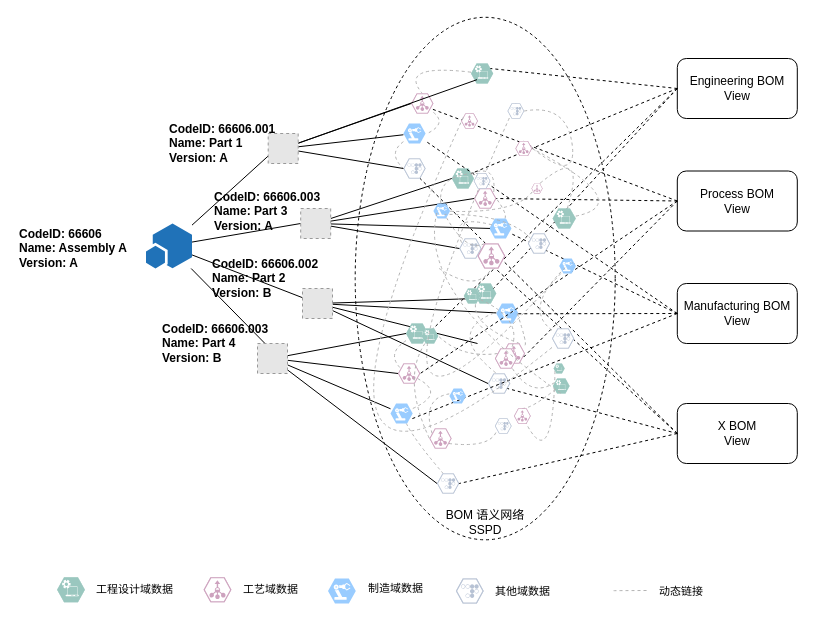
This is page "Page-1" (1 of 5) of BOM/多视图BOM管理模型.drawio from littlelittlemoon/DiagramsRepository, a draw.io file, before an edit. Source tidied: cells renumbered, new cells numbered last; positions are measured from the earlier drawing's top-left corner, leaving out a move shared by most shapes. Both pictures are drawn from the tidied source at 100%, with x=0, y=0 at pixel (17, 17). Pictures stored in the file or linked from it are replaced by grey dashed boxes.
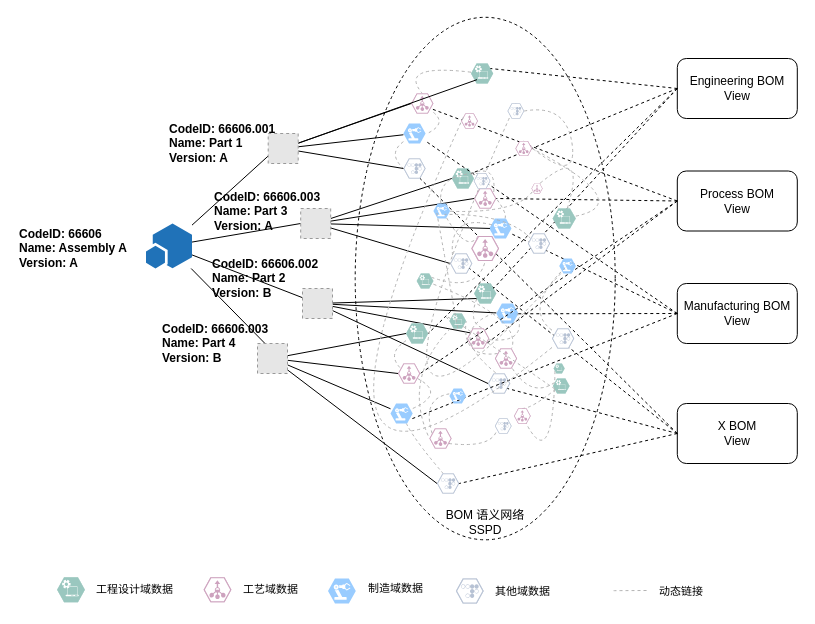
The same page after the edit.

Commit message (it also covers changes not shown here):
Update 多视图BOM管理模型.drawio

Unchanged cells that the change refers to:
```xml
<mxCell id="59" style="fillColor=#E6E6E6;strokeColor=#999999;dashed=1;html=1;verticalAlign=top;verticalLabelPosition=bottom;labelBackgroundColor=#ffffff;" parent="1" vertex="1">
  <mxGeometry x="285" y="271" width="30" height="30" as="geometry" />
</mxCell>
<mxCell id="97" style="verticalLabelPosition=bottom;sketch=0;html=1;fillColor=#9AC7BF;strokeColor=#ffffff;verticalAlign=top;align=center;points=[[0,0.5,0],[0.125,0.25,0],[0.25,0,0],[0.5,0,0],[0.75,0,0],[0.875,0.25,0],[1,0.5,0],[0.875,0.75,0],[0.75,1,0],[0.5,1,0],[0.125,0.75,0]];shape=mxgraph.cisco_safe.compositeIcon;bgIcon=mxgraph.cisco_safe.design.blank_device;resIcon=mxgraph.cisco_safe.design.automated_system;" parent="1" vertex="1">
  <mxGeometry x="535.4" y="361" width="16.7" height="15" as="geometry" />
</mxCell>
<mxCell id="120" style="verticalLabelPosition=bottom;sketch=0;html=1;fillColor=#99CCFF;verticalAlign=top;align=center;shape=mxgraph.cisco_safe.design.actuator;strokeColor=#67AB9F;" parent="1" vertex="1">
  <mxGeometry x="415.9" y="186" width="16.7" height="15" as="geometry" />
</mxCell>
```

Change to the diagram source:
```diff
@@
     <mxCell id="9" style="verticalLabelPosition=bottom;sketch=0;html=1;fillColor=#B7C2D4;strokeColor=#ffffff;verticalAlign=top;align=center;points=[[0,0.5,0],[0.125,0.25,0],[0.25,0,0],[0.5,0,0],[0.75,0,0],[0.875,0.25,0],[1,0.5,0],[0.875,0.75,0],[0.75,1,0],[0.5,1,0],[0.125,0.75,0]];shape=mxgraph.cisco_safe.compositeIcon;bgIcon=mxgraph.cisco_safe.design.blank_device;resIcon=mxgraph.cisco_safe.design.radware_2;" parent="1" vertex="1">
-      <mxGeometry x="441.8" y="221" width="22.2" height="20" as="geometry" />
+      <mxGeometry x="432.6" y="236" width="22.2" height="20" as="geometry" />
     </mxCell>
@@
     <mxCell id="56" style="edgeStyle=none;rounded=0;jettySize=auto;html=1;endArrow=none;endFill=0;" parent="1" edge="1" source="59">
       <mxGeometry relative="1" as="geometry">
-        <mxPoint x="460" y="326" as="targetPoint" />
+        <mxPoint x="456" y="316" as="targetPoint" />
       </mxGeometry>
     </mxCell>
@@
     <mxCell id="78" style="verticalLabelPosition=bottom;sketch=0;html=1;fillColor=#CDA2BE;strokeColor=#ffffff;verticalAlign=top;align=center;points=[[0,0.5,0],[0.125,0.25,0],[0.25,0,0],[0.5,0,0],[0.75,0,0],[0.875,0.25,0],[1,0.5,0],[0.875,0.75,0],[0.75,1,0],[0.5,1,0],[0.125,0.75,0]];shape=mxgraph.cisco_safe.compositeIcon;bgIcon=mxgraph.cisco_safe.design.blank_device;resIcon=mxgraph.cisco_safe.design.flow_collector_2;" parent="1" vertex="1">
-      <mxGeometry x="485.3" y="326" width="22.2" height="20" as="geometry" />
+      <mxGeometry x="449.6" y="311" width="22.2" height="20" as="geometry" />
     </mxCell>
@@
-    <mxCell id="91" style="verticalLabelPosition=bottom;sketch=0;html=1;fillColor=#9AC7BF;strokeColor=#ffffff;verticalAlign=top;align=center;points=[[0,0.5,0],[0.125,0.25,0],[0.25,0,0],[0.5,0,0],[0.75,0,0],[0.875,0.25,0],[1,0.5,0],[0.875,0.75,0],[0.75,1,0],[0.5,1,0],[0.125,0.75,0]];shape=mxgraph.cisco_safe.compositeIcon;bgIcon=mxgraph.cisco_safe.design.blank_device;resIcon=mxgraph.cisco_safe.design.automated_system;" parent="1" vertex="1">
-      <mxGeometry x="404.1" y="311" width="16.7" height="15" as="geometry" />
-    </mxCell>
@@
-    <mxCell id="93" style="edgeStyle=none;curved=1;jettySize=auto;html=1;exitX=0.875;exitY=0.75;exitDx=0;exitDy=0;exitPerimeter=0;entryX=0.5;entryY=1;entryDx=0;entryDy=0;entryPerimeter=0;dashed=1;endArrow=none;endFill=0;strokeColor=#B3B3B3;" parent="1" edge="1" target="105">
+    <mxCell id="93" style="edgeStyle=none;curved=1;jettySize=auto;html=1;exitX=0.875;exitY=0.25;exitDx=0;exitDy=0;exitPerimeter=0;entryX=0.5;entryY=1;entryDx=0;entryDy=0;entryPerimeter=0;dashed=1;endArrow=none;endFill=0;strokeColor=#B3B3B3;" parent="1" edge="1" source="96" target="105">
       <mxGeometry relative="1" as="geometry">
-        <mxPoint x="421.7" y="251" as="sourcePoint" />
         <Array as="points">
           <mxPoint x="459.8" y="276" />
         </Array>
       </mxGeometry>
     </mxCell>
@@
     <mxCell id="96" style="verticalLabelPosition=bottom;sketch=0;html=1;fillColor=#9AC7BF;strokeColor=#ffffff;verticalAlign=top;align=center;points=[[0,0.5,0],[0.125,0.25,0],[0.25,0,0],[0.5,0,0],[0.75,0,0],[0.875,0.25,0],[1,0.5,0],[0.875,0.75,0],[0.75,1,0],[0.5,1,0],[0.125,0.75,0]];shape=mxgraph.cisco_safe.compositeIcon;bgIcon=mxgraph.cisco_safe.design.blank_device;resIcon=mxgraph.cisco_safe.design.automated_system;" parent="1" vertex="1">
-      <mxGeometry x="446.3" y="271" width="16.7" height="15" as="geometry" />
+      <mxGeometry x="399.2" y="256" width="16.7" height="15" as="geometry" />
     </mxCell>
@@
     <mxCell id="105" style="verticalLabelPosition=bottom;sketch=0;html=1;fillColor=#CDA2BE;strokeColor=#ffffff;verticalAlign=top;align=center;points=[[0,0.5,0],[0.125,0.25,0],[0.25,0,0],[0.5,0,0],[0.75,0,0],[0.875,0.25,0],[1,0.5,0],[0.875,0.75,0],[0.75,1,0],[0.5,1,0],[0.125,0.75,0]];shape=mxgraph.cisco_safe.compositeIcon;bgIcon=mxgraph.cisco_safe.design.blank_device;resIcon=mxgraph.cisco_safe.design.flow_collector_2;" parent="1" vertex="1">
-      <mxGeometry x="460" y="226" width="27.8" height="25" as="geometry" />
+      <mxGeometry x="453.8" y="218.5" width="27.8" height="25" as="geometry" />
     </mxCell>
@@
-    <mxCell id="129" style="edgeStyle=none;curved=1;jettySize=auto;html=1;exitX=0.205;exitY=0.632;exitDx=0;exitDy=0;exitPerimeter=0;entryX=0.5;entryY=1;entryDx=0;entryDy=0;entryPerimeter=0;dashed=1;endArrow=none;endFill=0;strokeColor=#B3B3B3;" parent="1" edge="1" source="120" target="97">
+    <mxCell id="129" style="edgeStyle=none;curved=1;jettySize=auto;html=1;exitX=0.205;exitY=0.632;exitDx=0;exitDy=0;exitPerimeter=0;entryX=0.5;entryY=1;entryDx=0;entryDy=0;entryPerimeter=0;dashed=1;endArrow=none;endFill=0;strokeColor=#B3B3B3;startArrow=none;" parent="1" edge="1" source="91" target="97">
       <mxGeometry relative="1" as="geometry">
         <Array as="points">
           <mxPoint x="399.8" y="276" />
         </Array>
       </mxGeometry>
     </mxCell>
@@
+    <mxCell id="91" style="verticalLabelPosition=bottom;sketch=0;html=1;fillColor=#9AC7BF;strokeColor=#ffffff;verticalAlign=top;align=center;points=[[0,0.5,0],[0.125,0.25,0],[0.25,0,0],[0.5,0,0],[0.75,0,0],[0.875,0.25,0],[1,0.5,0],[0.875,0.75,0],[0.75,1,0],[0.5,1,0],[0.125,0.75,0]];shape=mxgraph.cisco_safe.compositeIcon;bgIcon=mxgraph.cisco_safe.design.blank_device;resIcon=mxgraph.cisco_safe.design.automated_system;" parent="1" vertex="1">
+      <mxGeometry x="431.9" y="296" width="16.7" height="15" as="geometry" />
+    </mxCell>
+    <mxCell id="131" style="edgeStyle=none;curved=1;jettySize=auto;html=1;exitX=0.205;exitY=0.632;exitDx=0;exitDy=0;exitPerimeter=0;entryX=0.5;entryY=1;entryDx=0;entryDy=0;entryPerimeter=0;dashed=1;endArrow=none;endFill=0;strokeColor=#B3B3B3;" parent="1" edge="1" source="120" target="91">
+      <mxGeometry relative="1" as="geometry" />
+    </mxCell>
```
